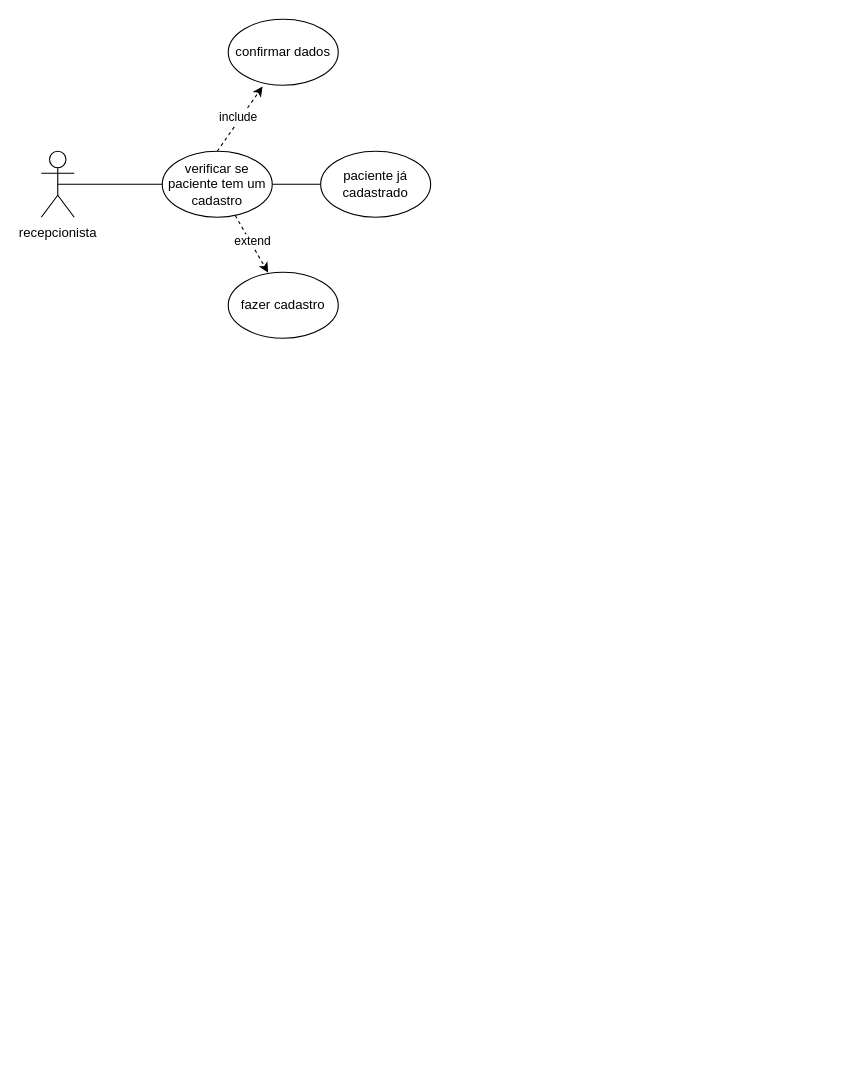
Above: Diagrama sem nome.drawio in FelipeeMartinns/Sistema-de-Triagem (draw.io), before the change. Source tidied: cells renumbered, new cells numbered last; positions are measured from the earlier drawing's top-left corner, leaving out a move shared by most shapes. Both pictures are drawn from the tidied source at 110%, with x=0, y=0 at pixel (41, 19).
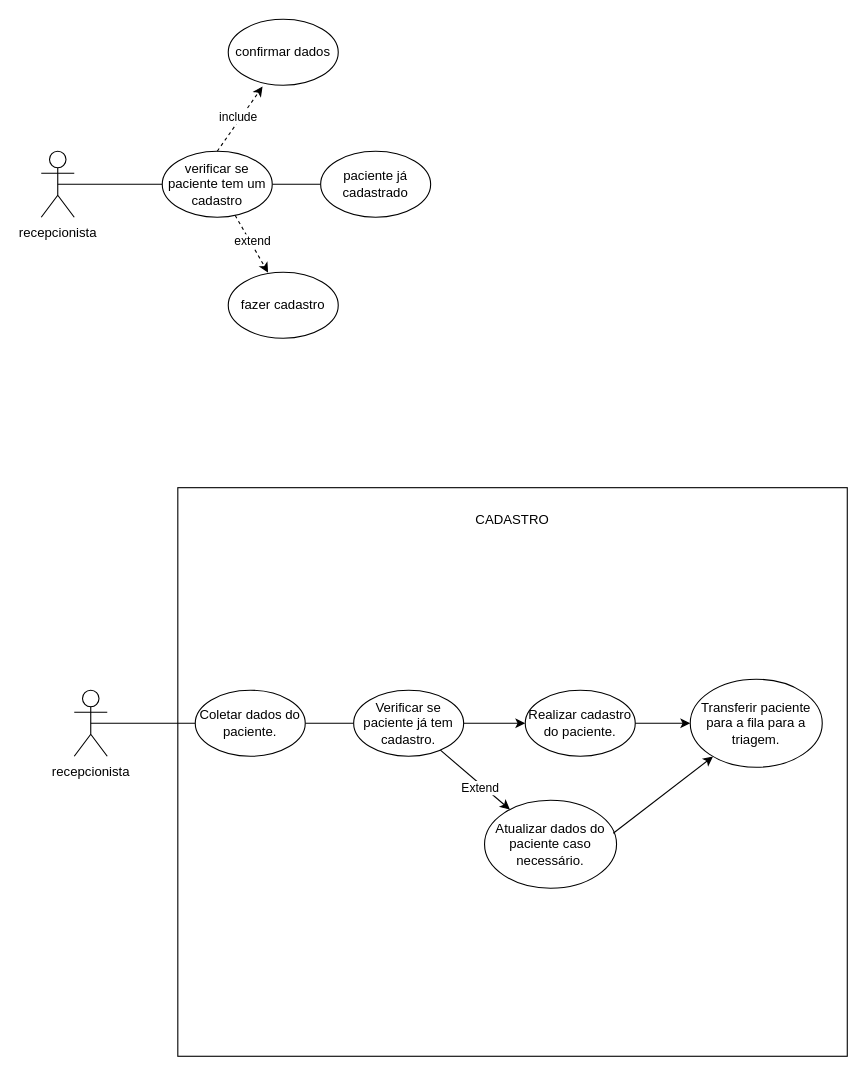
Above is the later version.

What changed in the source:
```diff
@@
+    <mxCell id="13" style="rounded=0;whiteSpace=wrap;html=1;rotation=-90;" parent="1" vertex="1">
+      <mxGeometry x="170" y="380" width="516.9" height="608.6" as="geometry" />
+    </mxCell>
@@
+    <mxCell id="14" style="rounded=0;jettySize=auto;html=1;exitX=0.5;exitY=0.5;exitDx=0;exitDy=0;exitPerimeter=0;entryX=0;entryY=0.5;entryDx=0;entryDy=0;endArrow=none;startFill=0;" parent="1" edge="1" source="15" target="17">
+      <mxGeometry relative="1" as="geometry" />
+    </mxCell>
+    <mxCell id="15" value="recepcionista" style="shape=umlActor;verticalLabelPosition=bottom;verticalAlign=top;html=1;outlineConnect=0;" parent="1" vertex="1">
+      <mxGeometry x="30" y="610" width="30" height="60" as="geometry" />
+    </mxCell>
+    <mxCell id="16" style="rounded=0;jettySize=auto;html=1;exitX=1;exitY=0.5;exitDx=0;exitDy=0;entryX=0;entryY=0.5;entryDx=0;entryDy=0;endArrow=none;startFill=0;" parent="1" edge="1" source="17" target="18">
+      <mxGeometry relative="1" as="geometry" />
+    </mxCell>
+    <mxCell id="17" value="Coletar dados do paciente." style="ellipse;whiteSpace=wrap;html=1;" parent="1" vertex="1">
+      <mxGeometry x="140" y="610" width="100" height="60" as="geometry" />
+    </mxCell>
+    <mxCell id="18" value="Verificar se paciente já tem cadastro." style="ellipse;whiteSpace=wrap;html=1;" parent="1" vertex="1">
+      <mxGeometry x="284" y="610" width="100" height="60" as="geometry" />
+    </mxCell>
+    <mxCell id="19" value="Realizar cadastro do paciente." style="ellipse;whiteSpace=wrap;html=1;" parent="1" vertex="1">
+      <mxGeometry x="440" y="610" width="100" height="60" as="geometry" />
+    </mxCell>
+    <mxCell id="20" value="Atualizar dados do paciente caso necessário." style="ellipse;whiteSpace=wrap;html=1;" parent="1" vertex="1">
+      <mxGeometry x="403" y="710" width="120" height="80" as="geometry" />
+    </mxCell>
+    <mxCell id="21" style="endArrow=classic;html=1;rounded=0;entryX=0;entryY=0.5;entryDx=0;entryDy=0;" parent="1" edge="1" source="18" target="19">
+      <mxGeometry relative="1" as="geometry" />
+    </mxCell>
+    <mxCell id="22" style="endArrow=classic;html=1;rounded=0;" parent="1" edge="1" source="18" target="20">
+      <mxGeometry relative="1" as="geometry" />
+    </mxCell>
+    <mxCell id="23" value="Extend" style="edgeLabel;html=1;align=center;verticalAlign=middle;" parent="22" vertex="1">
+      <mxGeometry x="0.18" y="-3" relative="1" as="geometry" />
+    </mxCell>
+    <mxCell id="24" value="Transferir paciente para a fila para a triagem." style="ellipse;whiteSpace=wrap;html=1;" parent="1" vertex="1">
+      <mxGeometry x="590" y="600" width="120" height="80" as="geometry" />
+    </mxCell>
+    <mxCell id="25" style="endArrow=classic;html=1;rounded=0;exitX=1;exitY=0.5;exitDx=0;exitDy=0;entryX=0;entryY=0.5;entryDx=0;entryDy=0;" parent="1" edge="1" source="19" target="24">
+      <mxGeometry relative="1" as="geometry" />
+    </mxCell>
+    <mxCell id="26" style="endArrow=classic;html=1;rounded=0;exitX=0.975;exitY=0.375;exitDx=0;exitDy=0;exitPerimeter=0;" parent="1" edge="1" source="20" target="24">
+      <mxGeometry relative="1" as="geometry" />
+    </mxCell>
+    <mxCell id="27" value="CADASTRO" style="text;html=1;align=center;verticalAlign=middle;strokeColor=none;fillColor=none;" parent="1" vertex="1">
+      <mxGeometry x="383.4" y="440" width="90" height="30" as="geometry" />
+    </mxCell>
```
